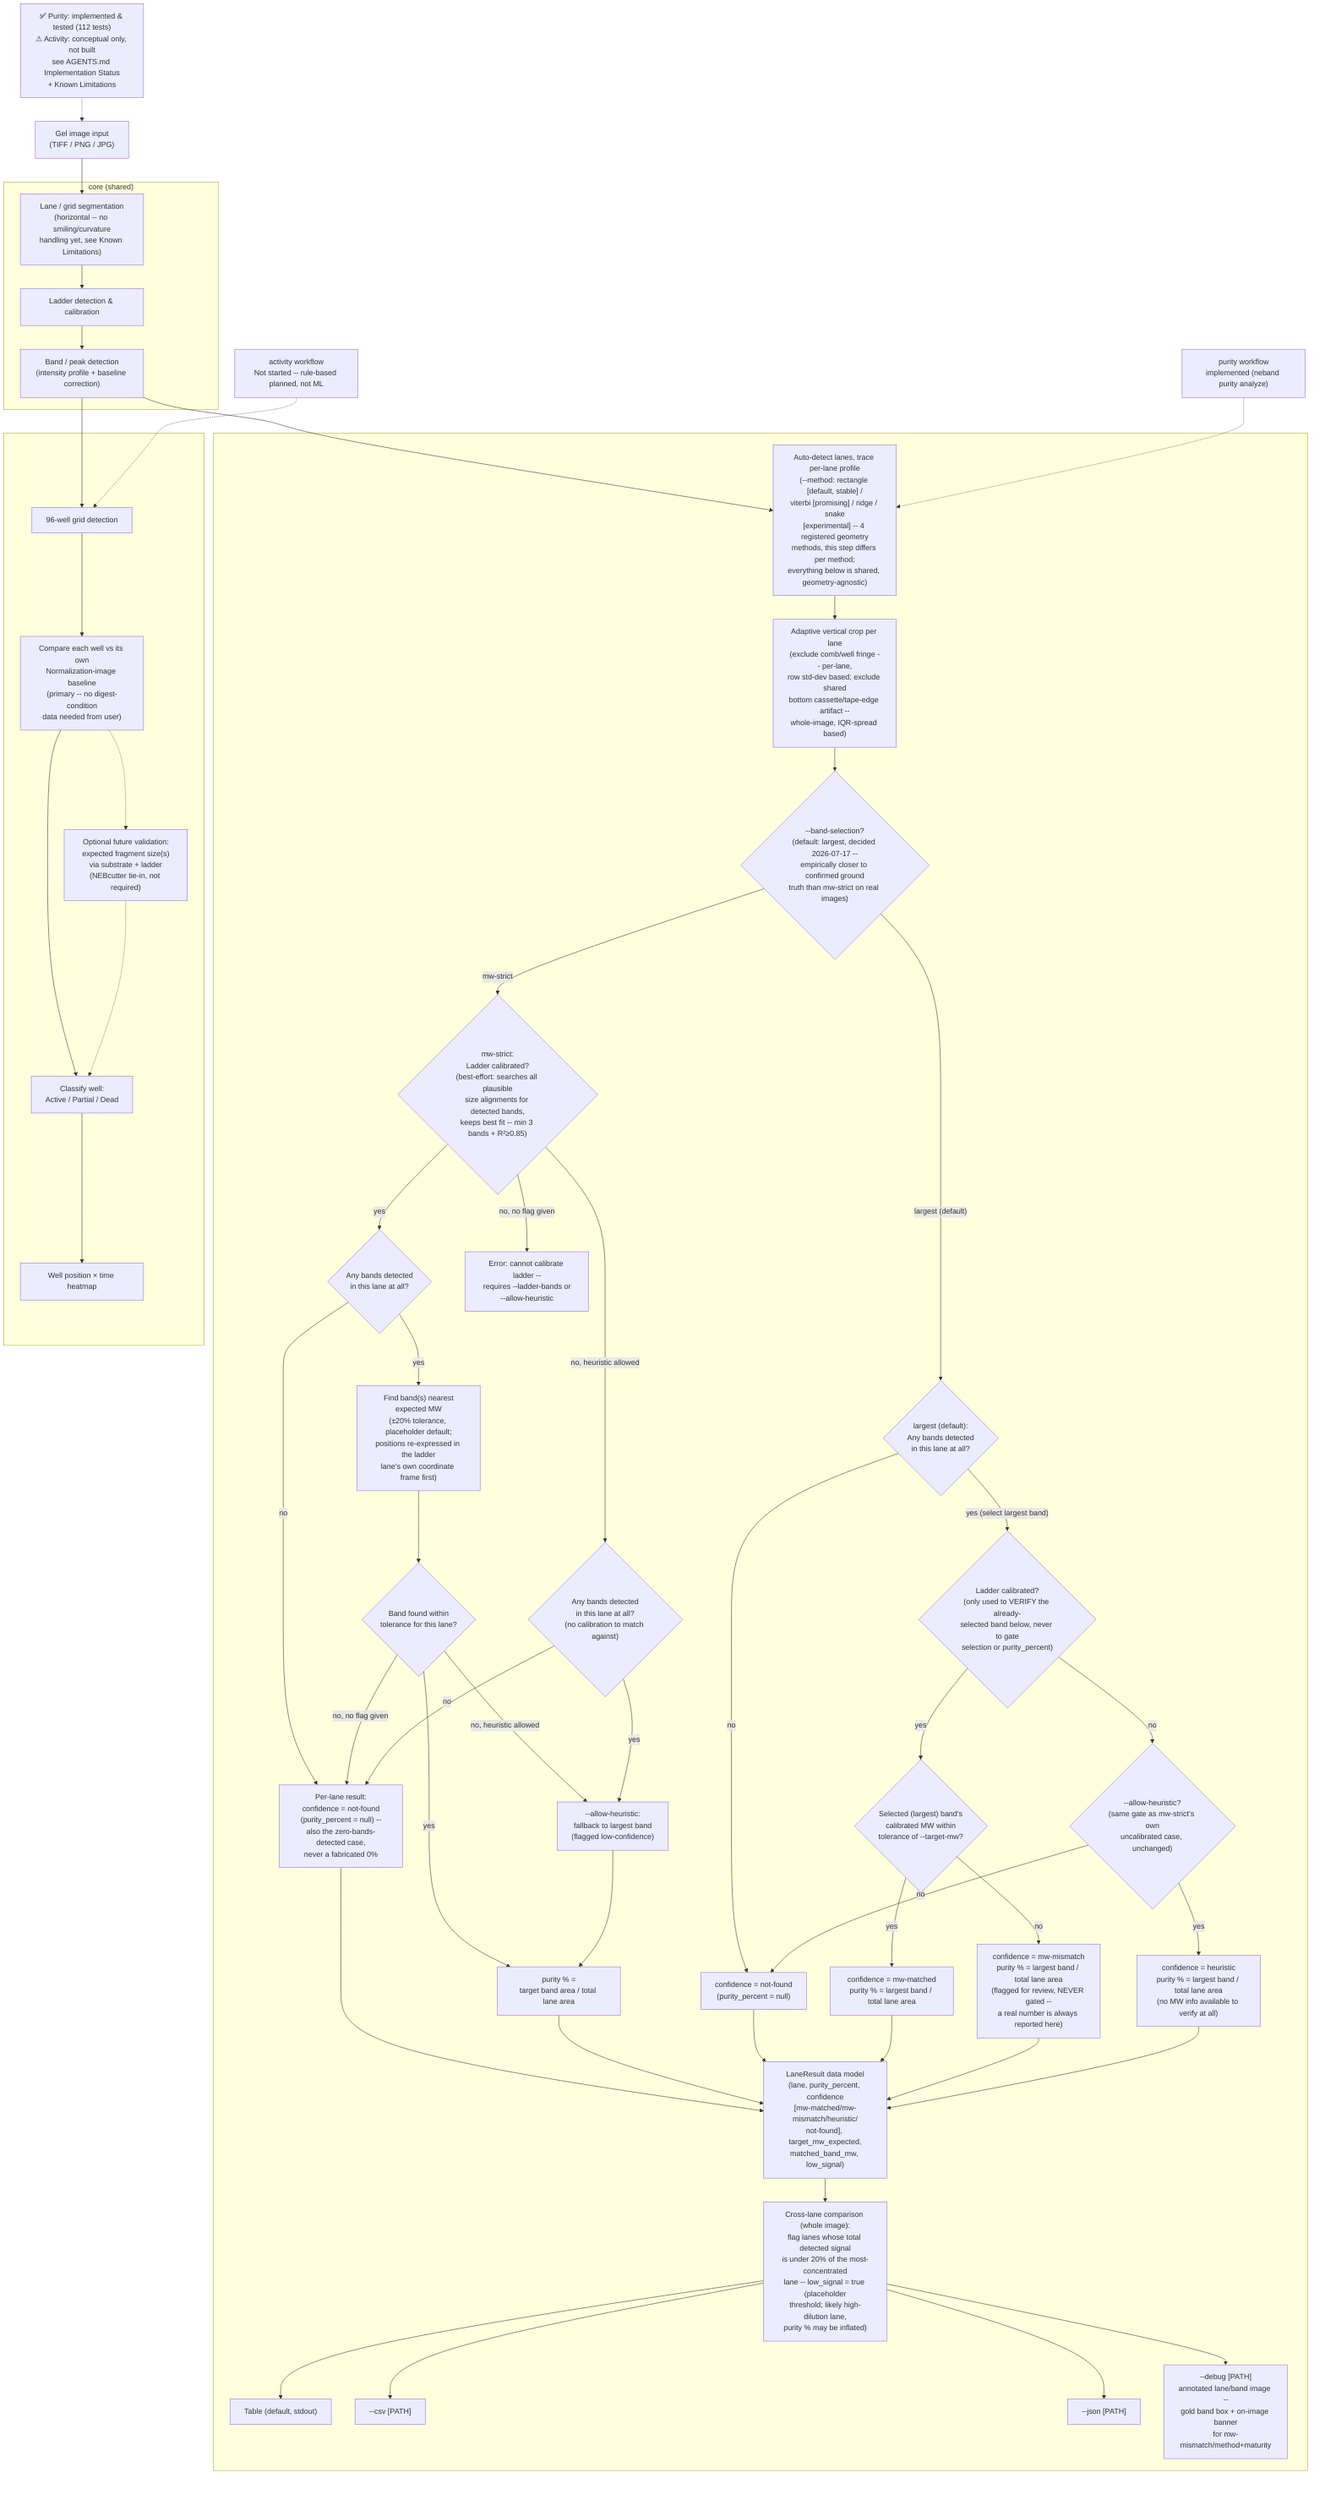
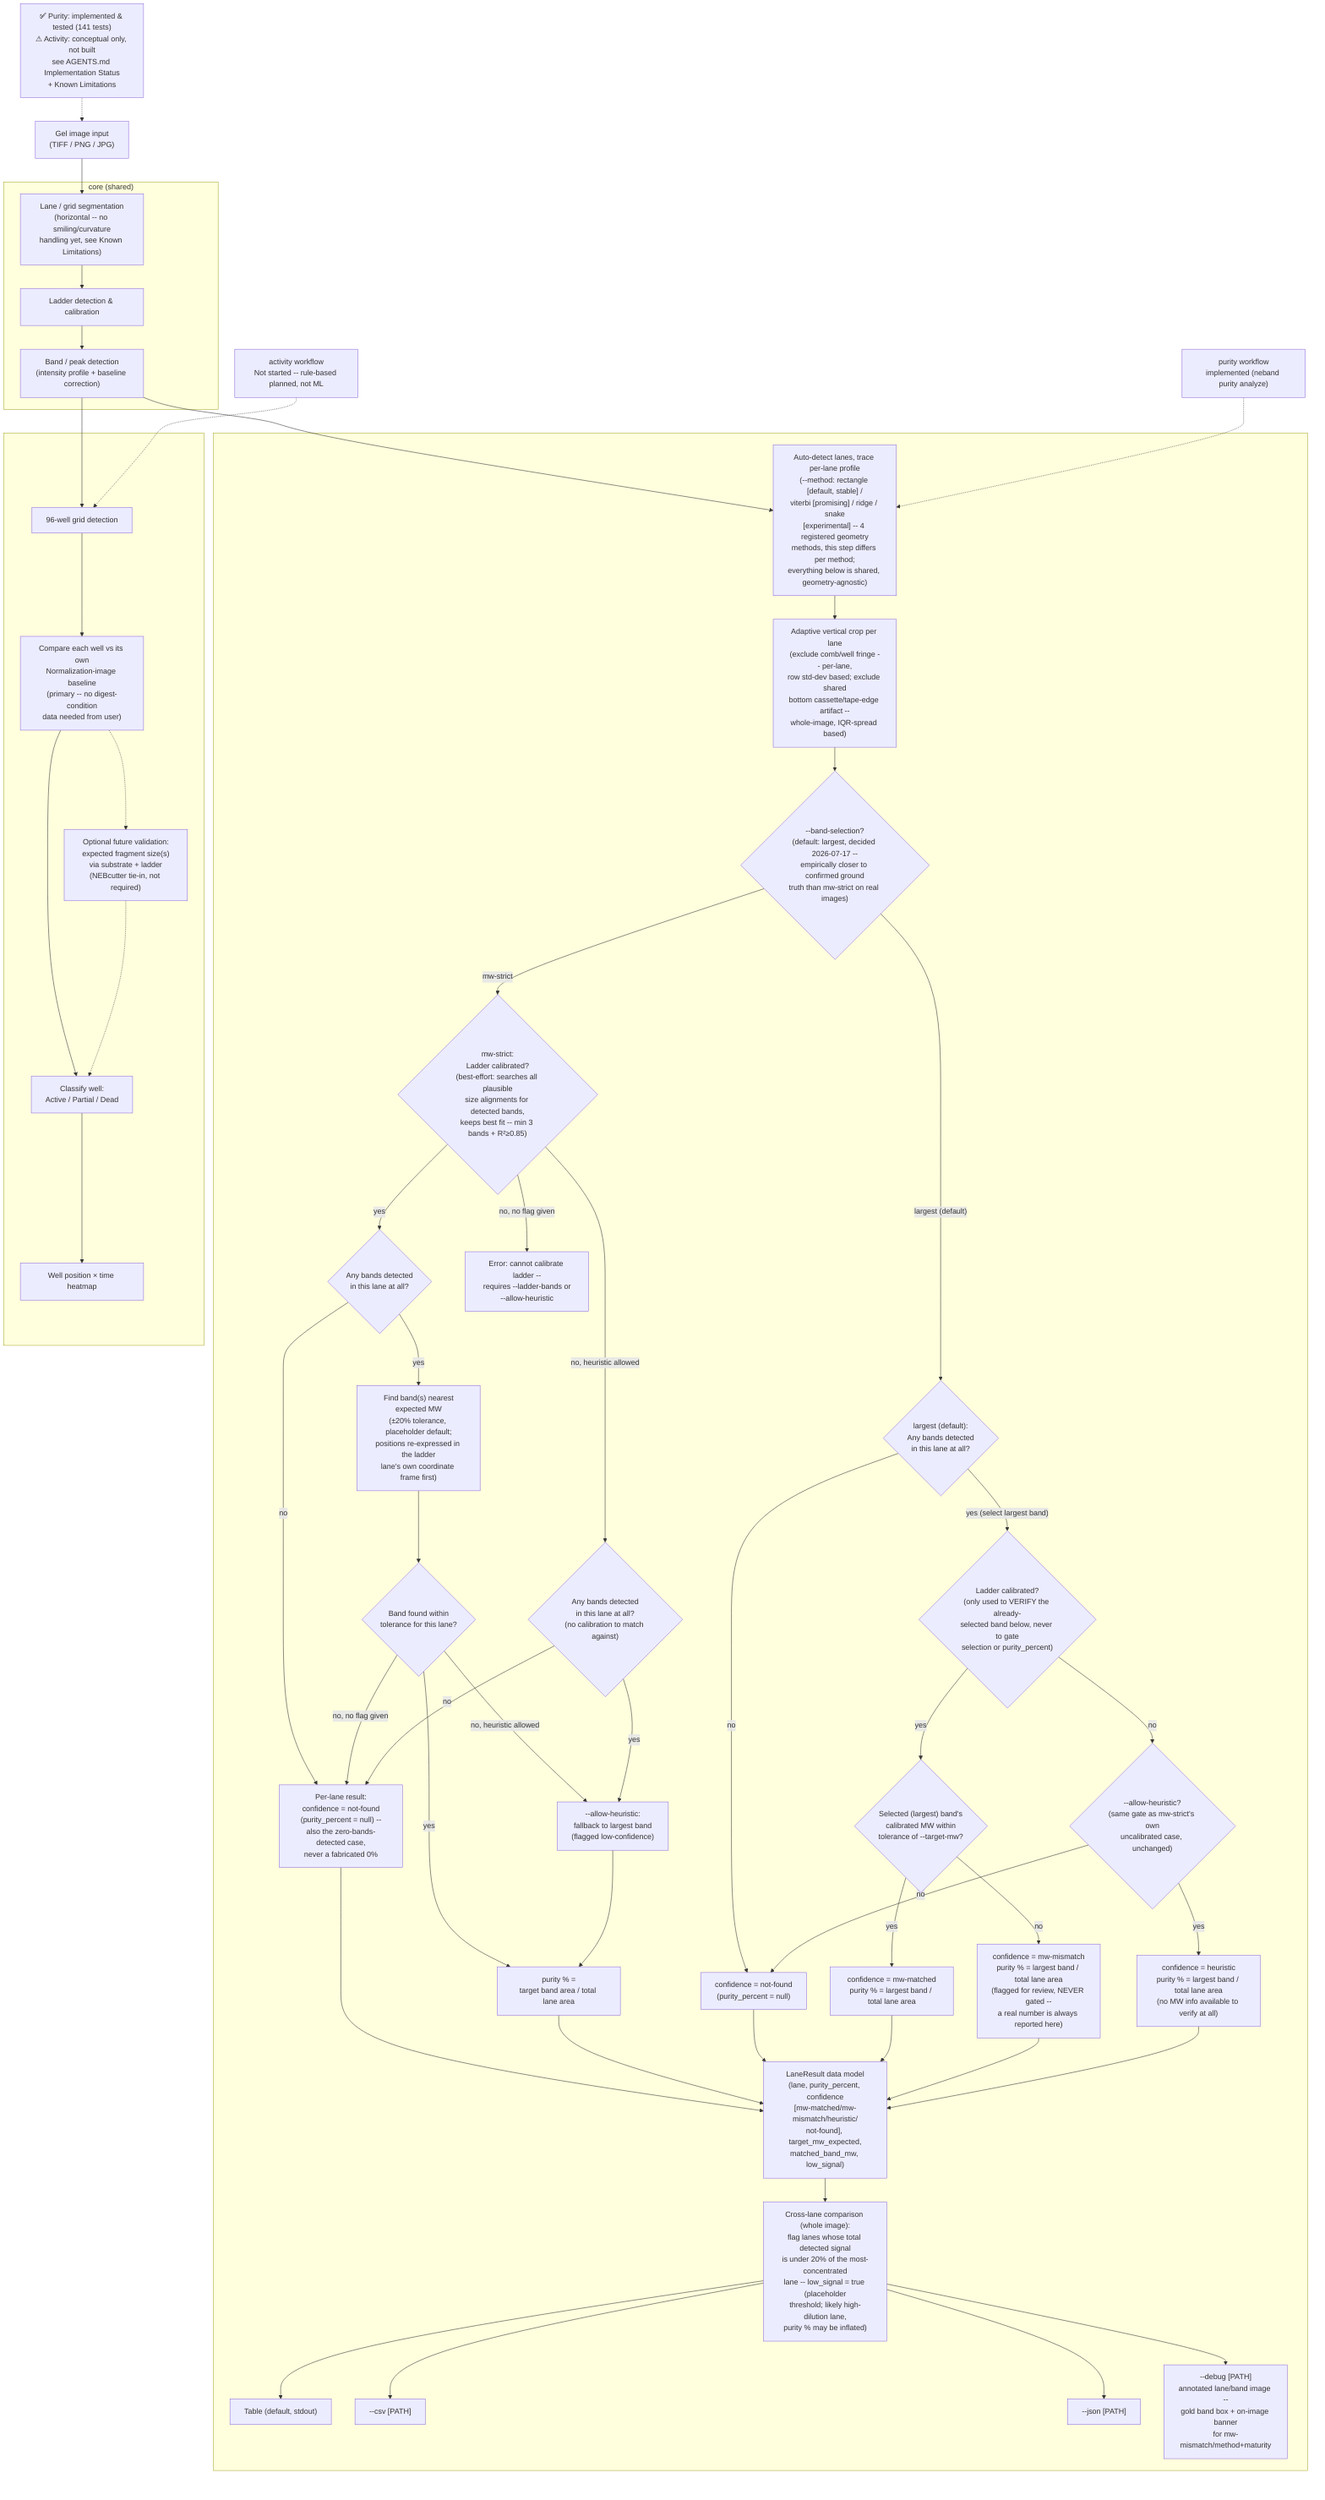
%% program-flow.mmd
%% NOTE: Reflects the purity workflow as actually implemented and tested
- %% (src/neband/, 112 tests passing) plus the activity workflow's
+ %% (src/neband/, 141 tests passing) plus the activity workflow's
%% still-conceptual design (see AGENTS.md "Design Decisions" and
%% "Implementation Status"). Not a full class/sequence diagram -- still a
%% data-flow sketch, just one grounded in working code on the purity side.
%% Lane-geometry method internals (rectangle/viterbi/ridge/snake) are
%% deliberately not drawn per-method here -- all 4 share the exact same
%% band-selection/purity-calc logic below via _analyze_lane_detailed, only
%% differing in how "Auto-detect lanes" produces its per-lane profile;
%% see AGENTS.md Implementation Status for that per-method detail.

flowchart TD
-     Note["✅ Purity: implemented & tested (112 tests)<br/>⚠ Activity: conceptual only, not built<br/>see AGENTS.md Implementation Status<br/>+ Known Limitations"]
+     Note["✅ Purity: implemented & tested (141 tests)<br/>⚠ Activity: conceptual only, not built<br/>see AGENTS.md Implementation Status<br/>+ Known Limitations"]

    Input["Gel image input<br/>(TIFF / PNG / JPG)"]

    subgraph Core["core (shared)"]
        Seg["Lane / grid segmentation<br/>(horizontal -- no smiling/curvature<br/>handling yet, see Known Limitations)"]
        Ladder["Ladder detection & calibration"]
        BandDet["Band / peak detection<br/>(intensity profile + baseline correction)"]
    end

    PurityLabel["purity workflow<br/>implemented (neband purity analyze)"]
    subgraph PurityWF[" "]
        AutoLane["Auto-detect lanes, trace per-lane profile<br/>(--method: rectangle [default, stable] /<br/>viterbi [promising] / ridge / snake<br/>[experimental] -- 4 registered geometry<br/>methods, this step differs per method;<br/>everything below is shared, geometry-agnostic)"]
        AdaptiveCrop["Adaptive vertical crop per lane<br/>(exclude comb/well fringe -- per-lane,<br/>row std-dev based; exclude shared<br/>bottom cassette/tape-edge artifact --<br/>whole-image, IQR-spread based)"]
        BandSelection{"--band-selection?<br/>(default: largest, decided 2026-07-17 --<br/>empirically closer to confirmed ground<br/>truth than mw-strict on real images)"}

        %% "mw-strict" branch -- the original 2026-07-13 behavior, unchanged
        LadderCal{"mw-strict:<br/>Ladder calibrated?<br/>(best-effort: searches all plausible<br/>size alignments for detected bands,<br/>keeps best fit -- min 3 bands + R²≥0.85)"}
        AnyBands{"Any bands detected<br/>in this lane at all?"}
        AnyBandsUncal{"Any bands detected<br/>in this lane at all?<br/>(no calibration to match against)"}
        MWMatch["Find band(s) nearest<br/>expected MW<br/>(±20% tolerance, placeholder default;<br/>positions re-expressed in the ladder<br/>lane's own coordinate frame first)"]
        MatchFound{"Band found within<br/>tolerance for this lane?"}
        NotFound["Per-lane result:<br/>confidence = not-found<br/>(purity_percent = null) --<br/>also the zero-bands-detected case,<br/>never a fabricated 0%"]
        Heuristic["--allow-heuristic:<br/>fallback to largest band<br/>(flagged low-confidence)"]
        ErrorOut["Error: cannot calibrate ladder --<br/>requires --ladder-bands or<br/>--allow-heuristic"]
        PurityCalc["purity % =<br/>target band area / total lane area"]

        %% "largest" branch -- the default since 2026-07-17
        AnyBandsLargest{"largest (default):<br/>Any bands detected<br/>in this lane at all?"}
        LadderCalLargest{"Ladder calibrated?<br/>(only used to VERIFY the already-<br/>selected band below, never to gate<br/>selection or purity_percent)"}
        VerifyMW{"Selected (largest) band's<br/>calibrated MW within<br/>tolerance of --target-mw?"}
        MwMatchedLargest["confidence = mw-matched<br/>purity % = largest band / total lane area"]
        MwMismatch["confidence = mw-mismatch<br/>purity % = largest band / total lane area<br/>(flagged for review, NEVER gated --<br/>a real number is always reported here)"]
        HeuristicGateLargest{"--allow-heuristic?<br/>(same gate as mw-strict's own<br/>uncalibrated case, unchanged)"}
        HeuristicLargest["confidence = heuristic<br/>purity % = largest band / total lane area<br/>(no MW info available to verify at all)"]
        NotFoundLargest["confidence = not-found<br/>(purity_percent = null)"]

        LaneResult["LaneResult data model<br/>(lane, purity_percent, confidence<br/>[mw-matched/mw-mismatch/heuristic/<br/>not-found], target_mw_expected,<br/>matched_band_mw, low_signal)"]
        LowSignalFlag["Cross-lane comparison (whole image):<br/>flag lanes whose total detected signal<br/>is under 20% of the most-concentrated<br/>lane -- low_signal = true (placeholder<br/>threshold; likely high-dilution lane,<br/>purity % may be inflated)"]
        TableOut["Table (default, stdout)"]
        CsvOut["--csv [PATH]"]
        JsonOut["--json [PATH]"]
        DebugOut["--debug [PATH]<br/>annotated lane/band image --<br/>gold band box + on-image banner<br/>for mw-mismatch/method+maturity"]
    end

    ActivityLabel["activity workflow<br/>Not started -- rule-based planned, not ML"]
    subgraph ActivityWF[" "]
        GridDet["96-well grid detection"]
        Baseline["Compare each well vs its own<br/>Normalization-image baseline<br/>(primary -- no digest-condition<br/>data needed from user)"]
        ExpectedFrag["Optional future validation:<br/>expected fragment size(s)<br/>via substrate + ladder<br/>(NEBcutter tie-in, not required)"]
        Classify["Classify well:<br/>Active / Partial / Dead"]
        Heatmap["Well position × time heatmap"]
    end

    Note -.-> Input
    Input --> Seg --> Ladder --> BandDet

    BandDet --> AutoLane
    BandDet --> GridDet
    PurityLabel -.-> AutoLane
    ActivityLabel -.-> GridDet
    AutoLane --> AdaptiveCrop --> BandSelection

    BandSelection -- mw-strict --> LadderCal
    LadderCal -- yes --> AnyBands
    AnyBands -- no --> NotFound
    AnyBands -- yes --> MWMatch --> MatchFound
    MatchFound -- yes --> PurityCalc
    MatchFound -- "no, heuristic allowed" --> Heuristic --> PurityCalc
    MatchFound -- "no, no flag given" --> NotFound --> LaneResult
    LadderCal -- "no, heuristic allowed" --> AnyBandsUncal
    AnyBandsUncal -- no --> NotFound
    AnyBandsUncal -- yes --> Heuristic
    LadderCal -- "no, no flag given" --> ErrorOut
    PurityCalc --> LaneResult

    BandSelection -- "largest (default)" --> AnyBandsLargest
    AnyBandsLargest -- no --> NotFoundLargest --> LaneResult
    AnyBandsLargest -- "yes (select largest band)" --> LadderCalLargest
    LadderCalLargest -- yes --> VerifyMW
    VerifyMW -- yes --> MwMatchedLargest --> LaneResult
    VerifyMW -- no --> MwMismatch --> LaneResult
    LadderCalLargest -- no --> HeuristicGateLargest
    HeuristicGateLargest -- yes --> HeuristicLargest --> LaneResult
    HeuristicGateLargest -- no --> NotFoundLargest

    LaneResult --> LowSignalFlag
    LowSignalFlag --> TableOut
    LowSignalFlag --> CsvOut
    LowSignalFlag --> JsonOut
    LowSignalFlag --> DebugOut
    GridDet --> Baseline --> Classify --> Heatmap
    Baseline -.-> ExpectedFrag -.-> Classify
